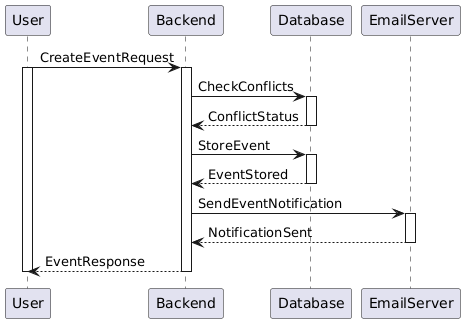
Before: docs/diagrams/out/docs/diagrams/sequence-diagrams/all-sequence-diagrams/Add Event Manually.png, a diagram exported from PlantUML (jadwalapp/symmetrical-spoon). Its diagram source:
```plantuml
@startuml
User -> Backend ++ : CreateEventRequest
activate User

Backend -> Database ++ : CheckConflicts
Database --> Backend -- : ConflictStatus

Backend -> Database ++ : StoreEvent
Database --> Backend -- : EventStored

Backend -> EmailServer ++ : SendEventNotification
EmailServer --> Backend -- : NotificationSent

Backend --> User -- : EventResponse
deactivate User
@enduml
```
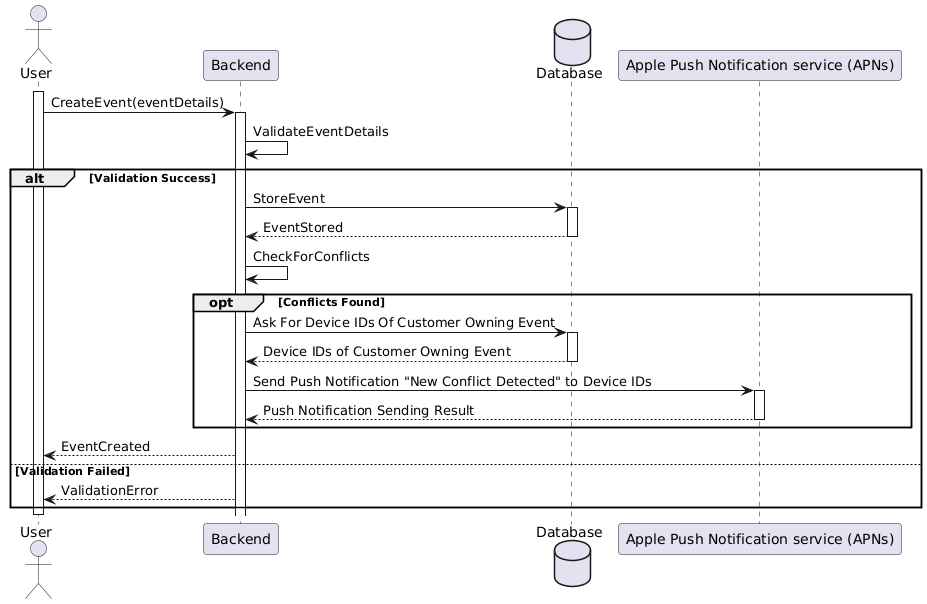
Above is the later version.

Diff of the diagram source:
```diff
@@ -1,16 +1,31 @@
 @startuml
-User -> Backend ++ : CreateEventRequest
+actor User
+participant Backend
+database Database
+participant "Apple Push Notification service (APNs)" as APN
+
 activate User
 
-Backend -> Database ++ : CheckConflicts
-Database --> Backend -- : ConflictStatus
+User -> Backend ++ : CreateEvent(eventDetails)
 
-Backend -> Database ++ : StoreEvent
-Database --> Backend -- : EventStored
+Backend -> Backend : ValidateEventDetails
+alt Validation Success
+    Backend -> Database ++ : StoreEvent
+    Database --> Backend -- : EventStored
 
-Backend -> EmailServer ++ : SendEventNotification
-EmailServer --> Backend -- : NotificationSent
+    Backend -> Backend : CheckForConflicts
+    opt Conflicts Found
+        Backend -> Database ++ : Ask For Device IDs Of Customer Owning Event
+        Database --> Backend -- : Device IDs of Customer Owning Event
 
-Backend --> User -- : EventResponse
+        Backend -> APN ++ : Send Push Notification "New Conflict Detected" to Device IDs
+        APN --> Backend -- : Push Notification Sending Result
+    end
+
+    Backend --> User : EventCreated
+else Validation Failed
+    Backend --> User : ValidationError
+end
+
 deactivate User
 @enduml
```
